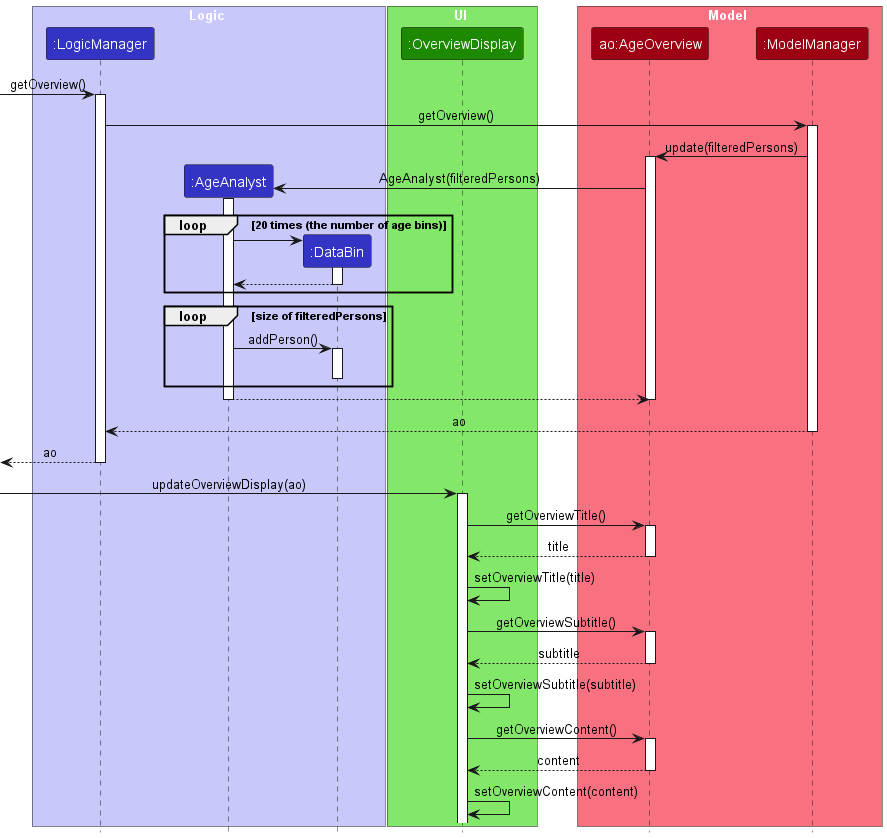
Before: docs/images/OverviewPassiveSequenceDiagram.png, a diagram exported from PlantUML (nus-cs2103-AY2223S2/tp).
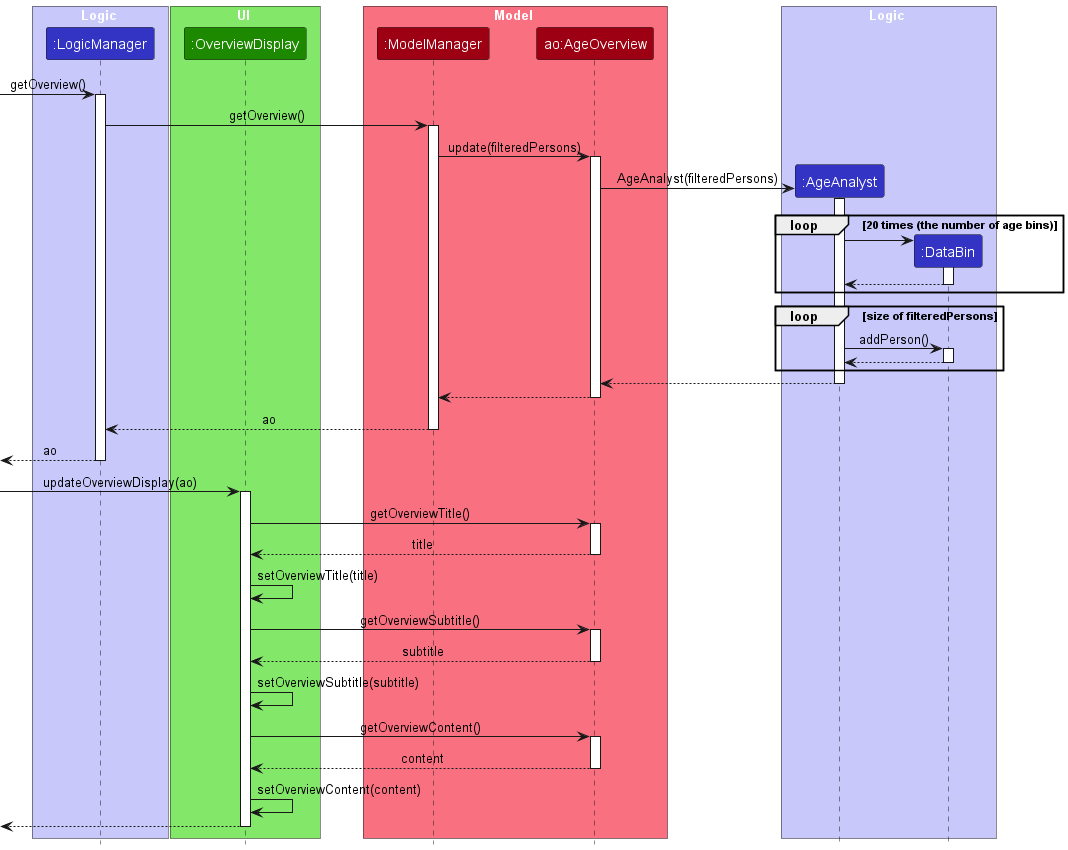
The same file after the commit.

Commit message:
Add return lines for consistency Split Logic into two for left-to-right

Change to the diagram source:
```diff
@@ -4,8 +4,6 @@
 
 box Logic LOGIC_COLOR_T1
 participant ":LogicManager" as LogicManager LOGIC_COLOR
-participant ":AgeAnalyst" as AgeAnalyst LOGIC_COLOR
-participant ":DataBin" as DataBin LOGIC_COLOR
 end box
 
 box UI UI_COLOR_T1
@@ -13,8 +11,13 @@
 end box
 
 box Model MODEL_COLOR_T1
+participant ":ModelManager" as ModelManager MODEL_COLOR
 participant "ao:AgeOverview" as AgeOverview MODEL_COLOR
-participant ":ModelManager" as ModelManager MODEL_COLOR
+end box
+
+box Logic LOGIC_COLOR_T1
+participant ":AgeAnalyst" as AgeAnalyst LOGIC_COLOR
+participant ":DataBin" as DataBin LOGIC_COLOR
 end box
 
 [-> LogicManager : getOverview()
@@ -43,12 +46,14 @@
     AgeAnalyst -> DataBin : addPerson()
     activate DataBin
 
+    DataBin --> AgeAnalyst
     deactivate DataBin
 end
 
 AgeAnalyst --> AgeOverview
 deactivate AgeAnalyst
 
+AgeOverview --> ModelManager
 deactivate AgeOverview
 
 ModelManager --> LogicManager : ao
@@ -83,4 +88,7 @@
 deactivate AgeOverview
 
 OverviewDisplay -> OverviewDisplay : setOverviewContent(content)
+
+OverviewDisplay -->[
+deactivate OverviewDisplay
 @enduml
```
